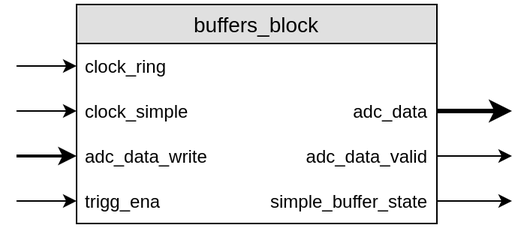
Before: Report/Diploma/images/buffers_block.png, a diagram exported from draw.io (gra98rus/Stand-for-Calorimeter-Crystal). Source tidied: cells renumbered, new cells last; positions are measured from the earlier drawing's top-left corner, leaving out a move shared by most shapes. Source of this version:
```xml
<mxGraphModel>
  <root>
    <mxCell id="0" />
    <mxCell id="1" parent="0" />
    <mxCell id="2" value="buffers_block" style="swimlane;fontStyle=0;horizontal=1;startSize=26;fillColor=#e0e0e0;swimlaneFillColor=#ffffff;align=center;fontSize=14;rounded=0;shadow=0;glass=0;comic=0;strokeColor=#000000;html=0;" parent="1" vertex="1">
      <mxGeometry x="40" width="240" height="146" as="geometry" />
    </mxCell>
    <mxCell id="3" style="shape=partialRectangle;top=0;left=0;right=0;bottom=1;align=right;verticalAlign=middle;fillColor=none;spacingLeft=34;spacingRight=4;overflow=hidden;points=[[0,0.5],[1,0.5]];portConstraint=eastwest;fontStyle=0;fontSize=12;strokeColor=none;fontColor=#000000;" parent="2" vertex="1">
      <mxGeometry y="26" width="240" height="30" as="geometry" />
    </mxCell>
    <mxCell id="4" value="clock_ring" style="shape=partialRectangle;top=0;left=0;bottom=0;fillColor=none;align=left;verticalAlign=middle;spacingLeft=4;spacingRight=4;overflow=hidden;fontSize=12;strokeColor=none;" parent="3" vertex="1">
      <mxGeometry width="70" height="30" as="geometry" />
    </mxCell>
    <mxCell id="5" value="adc_data" style="shape=partialRectangle;top=0;left=0;right=0;bottom=1;align=right;verticalAlign=middle;fillColor=none;spacingLeft=34;spacingRight=4;overflow=hidden;points=[[0,0.5],[1,0.5]];portConstraint=eastwest;fontStyle=0;fontSize=12;strokeColor=none;fontColor=#000000;" parent="2" vertex="1">
      <mxGeometry y="56" width="240" height="30" as="geometry" />
    </mxCell>
    <mxCell id="6" value="clock_simple" style="shape=partialRectangle;top=0;left=0;bottom=0;fillColor=none;align=left;verticalAlign=middle;spacingLeft=4;spacingRight=4;overflow=hidden;fontSize=12;strokeColor=none;" parent="5" vertex="1">
      <mxGeometry width="120" height="30" as="geometry" />
    </mxCell>
    <mxCell id="7" value="adc_data_valid" style="shape=partialRectangle;top=0;left=0;right=0;bottom=1;align=right;verticalAlign=middle;fillColor=none;spacingLeft=34;spacingRight=4;overflow=hidden;points=[[0,0.5],[1,0.5]];portConstraint=eastwest;fontStyle=0;fontSize=12;strokeColor=none;fontColor=#000000;" parent="2" vertex="1">
      <mxGeometry y="86" width="240" height="30" as="geometry" />
    </mxCell>
    <mxCell id="8" value="adc_data_write  " style="shape=partialRectangle;top=0;left=0;bottom=0;fillColor=none;align=left;verticalAlign=middle;spacingLeft=4;spacingRight=4;overflow=hidden;fontSize=12;strokeColor=none;" parent="7" vertex="1">
      <mxGeometry width="120" height="30" as="geometry" />
    </mxCell>
    <mxCell id="9" value="simple_buffer_state" style="shape=partialRectangle;top=0;left=0;right=0;bottom=1;align=right;verticalAlign=middle;fillColor=none;spacingLeft=34;spacingRight=4;overflow=hidden;points=[[0,0.5],[1,0.5]];portConstraint=eastwest;fontStyle=0;fontSize=12;strokeColor=none;fontColor=#000000;" parent="2" vertex="1">
      <mxGeometry y="116" width="240" height="30" as="geometry" />
    </mxCell>
    <mxCell id="10" value="trigg_ena" style="shape=partialRectangle;top=0;left=0;bottom=0;fillColor=none;align=left;verticalAlign=middle;spacingLeft=4;spacingRight=4;overflow=hidden;fontSize=12;strokeColor=none;" parent="9" vertex="1">
      <mxGeometry width="120" height="30" as="geometry" />
    </mxCell>
    <mxCell id="11" style="edgeStyle=orthogonalEdgeStyle;rounded=0;jettySize=auto;html=1;exitX=0;exitY=0.5;exitDx=0;exitDy=0;startArrow=classic;startFill=1;endArrow=none;endFill=0;" parent="1" edge="1" source="3">
      <mxGeometry relative="1" as="geometry">
        <mxPoint y="41" as="targetPoint" />
      </mxGeometry>
    </mxCell>
    <mxCell id="12" style="edgeStyle=orthogonalEdgeStyle;rounded=0;jettySize=auto;html=1;exitX=0;exitY=0.5;exitDx=0;exitDy=0;startArrow=classic;startFill=1;endArrow=none;endFill=0;" parent="1" edge="1" source="5">
      <mxGeometry relative="1" as="geometry">
        <mxPoint y="71" as="targetPoint" />
      </mxGeometry>
    </mxCell>
    <mxCell id="13" style="edgeStyle=orthogonalEdgeStyle;rounded=0;jettySize=auto;html=1;exitX=0;exitY=0.5;exitDx=0;exitDy=0;startArrow=classic;startFill=1;endArrow=none;endFill=0;strokeWidth=2;" parent="1" edge="1" source="7">
      <mxGeometry relative="1" as="geometry">
        <mxPoint y="101" as="targetPoint" />
      </mxGeometry>
    </mxCell>
    <mxCell id="14" style="edgeStyle=orthogonalEdgeStyle;rounded=0;jettySize=auto;html=1;exitX=0;exitY=0.5;exitDx=0;exitDy=0;startArrow=classic;startFill=1;endArrow=none;endFill=0;" parent="1" edge="1" source="9">
      <mxGeometry relative="1" as="geometry">
        <mxPoint y="131" as="targetPoint" />
      </mxGeometry>
    </mxCell>
    <mxCell id="15" style="edgeStyle=orthogonalEdgeStyle;rounded=0;jettySize=auto;html=1;exitX=1;exitY=0.5;exitDx=0;exitDy=0;startArrow=none;startFill=0;endArrow=classic;endFill=1;strokeWidth=3;" parent="1" edge="1" source="5">
      <mxGeometry relative="1" as="geometry">
        <mxPoint x="330" y="71" as="targetPoint" />
      </mxGeometry>
    </mxCell>
    <mxCell id="16" style="edgeStyle=orthogonalEdgeStyle;rounded=0;jettySize=auto;html=1;exitX=1;exitY=0.5;exitDx=0;exitDy=0;startArrow=none;startFill=0;endArrow=classic;endFill=1;" parent="1" edge="1" source="7">
      <mxGeometry relative="1" as="geometry">
        <mxPoint x="330" y="101" as="targetPoint" />
      </mxGeometry>
    </mxCell>
    <mxCell id="17" style="edgeStyle=orthogonalEdgeStyle;rounded=0;jettySize=auto;html=1;exitX=1;exitY=0.5;exitDx=0;exitDy=0;startArrow=none;startFill=0;endArrow=classic;endFill=1;" parent="1" edge="1" source="9">
      <mxGeometry relative="1" as="geometry">
        <mxPoint x="330" y="131" as="targetPoint" />
      </mxGeometry>
    </mxCell>
  </root>
</mxGraphModel>
```
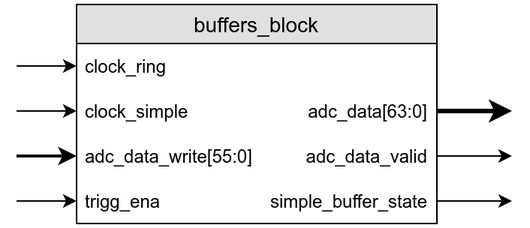
After the change.

The edit, as a diff of the source:
```diff
@@ -11,7 +11,7 @@
     <mxCell id="4" value="clock_ring" style="shape=partialRectangle;top=0;left=0;bottom=0;fillColor=none;align=left;verticalAlign=middle;spacingLeft=4;spacingRight=4;overflow=hidden;fontSize=12;strokeColor=none;" parent="3" vertex="1">
       <mxGeometry width="70" height="30" as="geometry" />
     </mxCell>
-    <mxCell id="5" value="adc_data" style="shape=partialRectangle;top=0;left=0;right=0;bottom=1;align=right;verticalAlign=middle;fillColor=none;spacingLeft=34;spacingRight=4;overflow=hidden;points=[[0,0.5],[1,0.5]];portConstraint=eastwest;fontStyle=0;fontSize=12;strokeColor=none;fontColor=#000000;" parent="2" vertex="1">
+    <mxCell id="5" value="adc_data[63:0]" style="shape=partialRectangle;top=0;left=0;right=0;bottom=1;align=right;verticalAlign=middle;fillColor=none;spacingLeft=34;spacingRight=4;overflow=hidden;points=[[0,0.5],[1,0.5]];portConstraint=eastwest;fontStyle=0;fontSize=12;strokeColor=none;fontColor=#000000;" parent="2" vertex="1">
       <mxGeometry y="56" width="240" height="30" as="geometry" />
     </mxCell>
     <mxCell id="6" value="clock_simple" style="shape=partialRectangle;top=0;left=0;bottom=0;fillColor=none;align=left;verticalAlign=middle;spacingLeft=4;spacingRight=4;overflow=hidden;fontSize=12;strokeColor=none;" parent="5" vertex="1">
@@ -20,8 +20,8 @@
     <mxCell id="7" value="adc_data_valid" style="shape=partialRectangle;top=0;left=0;right=0;bottom=1;align=right;verticalAlign=middle;fillColor=none;spacingLeft=34;spacingRight=4;overflow=hidden;points=[[0,0.5],[1,0.5]];portConstraint=eastwest;fontStyle=0;fontSize=12;strokeColor=none;fontColor=#000000;" parent="2" vertex="1">
       <mxGeometry y="86" width="240" height="30" as="geometry" />
     </mxCell>
-    <mxCell id="8" value="adc_data_write  " style="shape=partialRectangle;top=0;left=0;bottom=0;fillColor=none;align=left;verticalAlign=middle;spacingLeft=4;spacingRight=4;overflow=hidden;fontSize=12;strokeColor=none;" parent="7" vertex="1">
-      <mxGeometry width="120" height="30" as="geometry" />
+    <mxCell id="8" value="adc_data_write[55:0]" style="shape=partialRectangle;top=0;left=0;bottom=0;fillColor=none;align=left;verticalAlign=middle;spacingLeft=4;spacingRight=4;overflow=hidden;fontSize=12;strokeColor=none;" parent="7" vertex="1">
+      <mxGeometry width="130" height="30" as="geometry" />
     </mxCell>
     <mxCell id="9" value="simple_buffer_state" style="shape=partialRectangle;top=0;left=0;right=0;bottom=1;align=right;verticalAlign=middle;fillColor=none;spacingLeft=34;spacingRight=4;overflow=hidden;points=[[0,0.5],[1,0.5]];portConstraint=eastwest;fontStyle=0;fontSize=12;strokeColor=none;fontColor=#000000;" parent="2" vertex="1">
       <mxGeometry y="116" width="240" height="30" as="geometry" />
```
